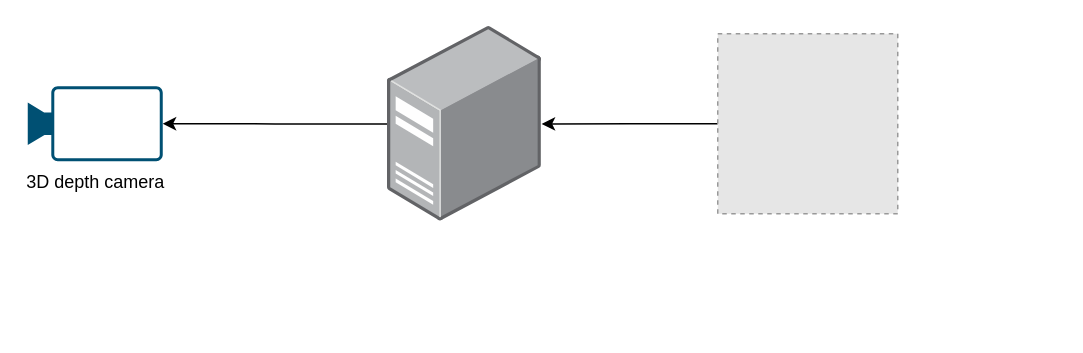
Before: amiEntranceGlobal.drawio in kevin-wilmink-saxion/drawio, a draw.io diagram. Source tidied: cells renumbered, new cells numbered last; positions are measured from the earlier drawing's top-left corner, leaving out a move shared by most shapes. Both pictures are drawn from the tidied source at 150%, with x=0, y=0 at pixel (27, 26). Pictures stored in the file or linked from it are replaced by grey dashed boxes.
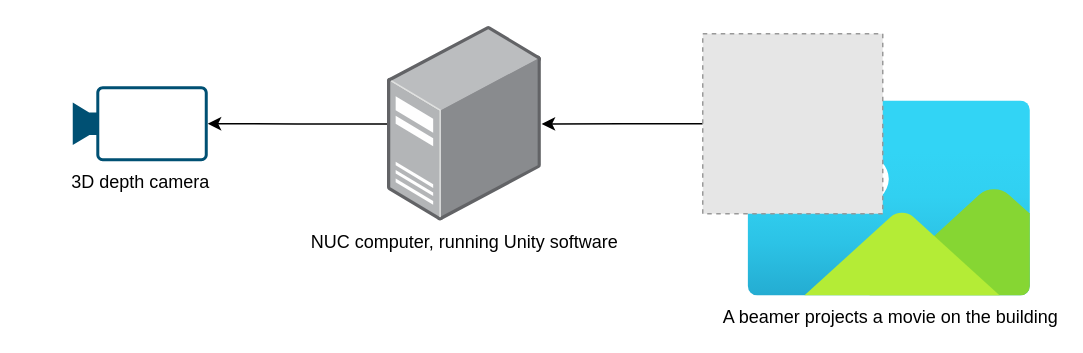
The same page after the edit.

Diff of the diagram source:
```diff
@@
 <mxGraphModel>
   <root>
     <mxCell id="0" />
     <mxCell id="1" parent="0" />
+    <mxCell id="7" value="A beamer projects a movie on the building" style="image;html=1;align=center;fontSize=12;image=img/lib/azure2/general/Image.svg;" parent="1" vertex="1">
+      <mxGeometry x="480" y="50" width="189.1" height="130" as="geometry" />
+    </mxCell>
     <mxCell id="2" style="edgeStyle=orthogonalEdgeStyle;rounded=0;jettySize=auto;html=1;" parent="1" edge="1" source="3" target="6">
       <mxGeometry relative="1" as="geometry" />
     </mxCell>
-    <mxCell id="3" style="image;points=[];html=1;align=center;shadow=0;dashed=0;image=img/lib/allied_telesis/computer_and_terminals/Server_Desktop.svg;" parent="1" vertex="1">
+    <mxCell id="3" value="NUC computer, running Unity software" style="image;points=[];html=1;align=center;shadow=0;dashed=0;image=img/lib/allied_telesis/computer_and_terminals/Server_Desktop.svg;" parent="1" vertex="1">
       <mxGeometry x="240" width="102.6" height="130.1" as="geometry" />
     </mxCell>
     <mxCell id="4" style="edgeStyle=orthogonalEdgeStyle;rounded=0;jettySize=auto;html=1;" parent="1" edge="1" source="5" target="3">
       <mxGeometry relative="1" as="geometry" />
     </mxCell>
     <mxCell id="5" style="fillColor=#E6E6E6;strokeColor=#999999;dashed=1;html=1;verticalAlign=top;verticalLabelPosition=bottom;labelBackgroundColor=#ffffff;rotation=0;" parent="1" vertex="1">
-      <mxGeometry x="460" y="5" width="120" height="120" as="geometry" />
+      <mxGeometry x="450" y="5" width="120" height="120" as="geometry" />
     </mxCell>
     <mxCell id="6" value="3D depth camera" style="points=[[0,0.5,0],[0.19,0.02,0],[0.59,0,0],[0.985,0.02,0],[1,0.5,0],[0.985,0.98,0],[0.59,1,0],[0.19,0.98,0]];verticalLabelPosition=bottom;sketch=0;html=1;verticalAlign=top;align=center;shape=mxgraph.cisco19.camera;fillColor=#005073;strokeColor=none;" parent="1" vertex="1">
-      <mxGeometry y="40" width="90" height="50" as="geometry" />
+      <mxGeometry x="30" y="40" width="90" height="50" as="geometry" />
     </mxCell>
   </root>
 </mxGraphModel>
```
